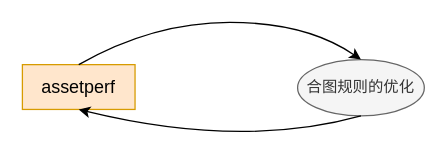
Above: page "第 3 页" (3 of 3) of aigc/aigc.drawio in breezerzxq/Diagram (draw.io), before the change. Source tidied: cells renumbered, new cells numbered last; positions are measured from the earlier drawing's top-left corner, leaving out a move shared by most shapes. Both pictures are drawn from the tidied source at 128%, with x=0, y=0 at pixel (22, 22).
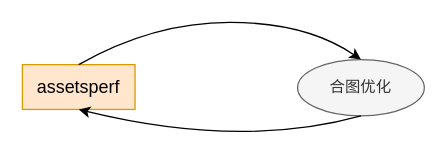
Above is the later version.

What changed in the source:
```diff
@@
 <mxGraphModel>
   <root>
     <mxCell id="0" />
     <mxCell id="1" parent="0" />
-    <mxCell id="2" value="&lt;font style=&quot;font-size: 14px;&quot;&gt;assetperf&lt;/font&gt;" style="html=1;whiteSpace=wrap;fillColor=#ffe6cc;strokeColor=#d79b00;" parent="1" vertex="1">
+    <mxCell id="2" value="&lt;font style=&quot;font-size: 14px;&quot;&gt;assets&lt;/font&gt;&lt;span style=&quot;font-size: 14px; background-color: initial;&quot;&gt;perf&lt;/span&gt;" style="html=1;whiteSpace=wrap;fillColor=#ffe6cc;strokeColor=#d79b00;" parent="1" vertex="1">
       <mxGeometry y="33" width="88" height="35" as="geometry" />
     </mxCell>
-    <mxCell id="3" value="&lt;p data-pm-slice=&quot;1 1 [&amp;quot;ordered_list&amp;quot;,{&amp;quot;id&amp;quot;:null,&amp;quot;name&amp;quot;:null,&amp;quot;orderedType&amp;quot;:&amp;quot;char&amp;quot;},&amp;quot;list_item&amp;quot;,{&amp;quot;align&amp;quot;:null,&amp;quot;indent&amp;quot;:0,&amp;quot;start&amp;quot;:null,&amp;quot;todo&amp;quot;:null,&amp;quot;lineHeight&amp;quot;:null,&amp;quot;font&amp;quot;:0,&amp;quot;bold&amp;quot;:0,&amp;quot;active&amp;quot;:null,&amp;quot;level&amp;quot;:0}]&quot;&gt;合图规则的优化&lt;/p&gt;" style="ellipse;whiteSpace=wrap;html=1;fillColor=#f5f5f5;fontColor=#333333;strokeColor=#666666;" parent="1" vertex="1">
+    <mxCell id="3" value="&lt;p data-pm-slice=&quot;1 1 [&amp;quot;ordered_list&amp;quot;,{&amp;quot;id&amp;quot;:null,&amp;quot;name&amp;quot;:null,&amp;quot;orderedType&amp;quot;:&amp;quot;char&amp;quot;},&amp;quot;list_item&amp;quot;,{&amp;quot;align&amp;quot;:null,&amp;quot;indent&amp;quot;:0,&amp;quot;start&amp;quot;:null,&amp;quot;todo&amp;quot;:null,&amp;quot;lineHeight&amp;quot;:null,&amp;quot;font&amp;quot;:0,&amp;quot;bold&amp;quot;:0,&amp;quot;active&amp;quot;:null,&amp;quot;level&amp;quot;:0}]&quot;&gt;合图优化&lt;/p&gt;" style="ellipse;whiteSpace=wrap;html=1;fillColor=#f5f5f5;fontColor=#333333;strokeColor=#666666;" parent="1" vertex="1">
       <mxGeometry x="215" y="29" width="99" height="44" as="geometry" />
     </mxCell>
     <mxCell id="4" style="curved=1;endArrow=classic;html=1;rounded=0;exitX=0.5;exitY=0;exitDx=0;exitDy=0;entryX=0.5;entryY=0;entryDx=0;entryDy=0;" parent="1" edge="1" source="2" target="3">
       <mxGeometry relative="1" as="geometry">
         <Array as="points">
           <mxPoint x="102" />
           <mxPoint x="222" />
         </Array>
       </mxGeometry>
     </mxCell>
     <mxCell id="5" style="curved=1;endArrow=classic;html=1;rounded=0;exitX=0.5;exitY=1;exitDx=0;exitDy=0;entryX=0.5;entryY=1;entryDx=0;entryDy=0;" parent="1" edge="1" source="3" target="2">
       <mxGeometry relative="1" as="geometry">
         <Array as="points">
           <mxPoint x="171" y="99" />
         </Array>
       </mxGeometry>
     </mxCell>
   </root>
 </mxGraphModel>
```
